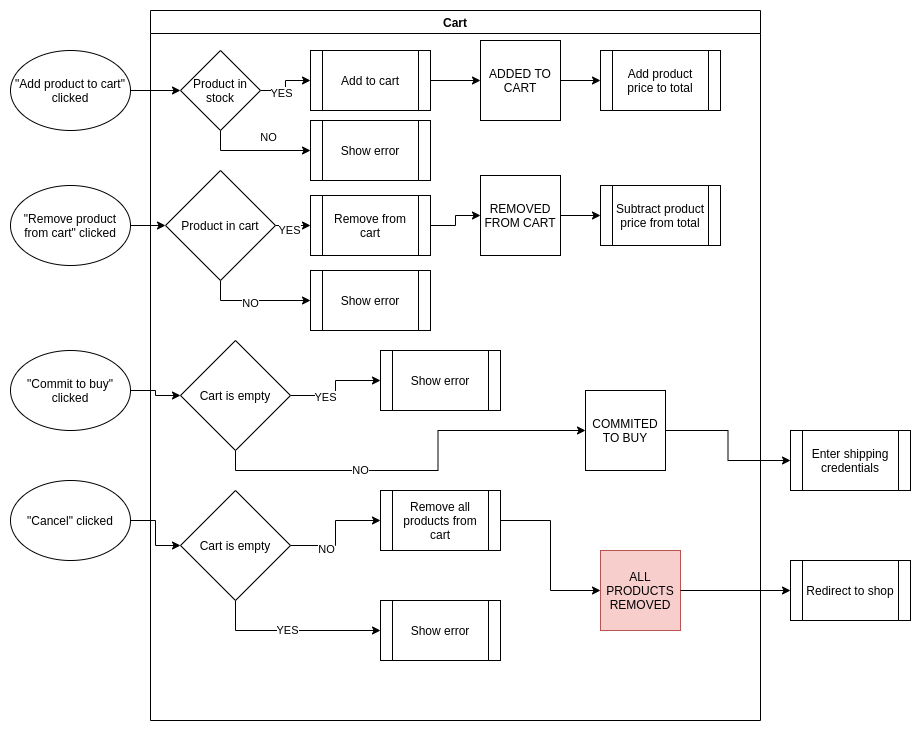
Earlier version of the draw.io export img/shopdomain-cart.png (tbuljevic/planning-projects). Source tidied: cells renumbered, new cells last; positions are measured from the earlier drawing's top-left corner, leaving out a move shared by most shapes.
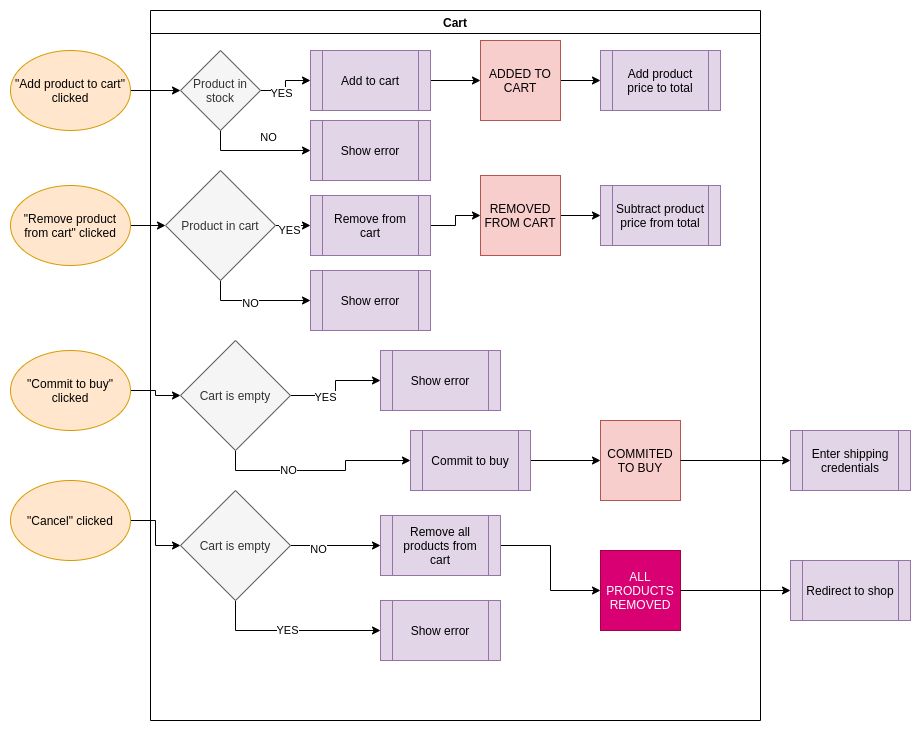
After the change.

Diff of the diagram source:
```diff
@@ -19,22 +19,22 @@
         <mxPoint y="-15" as="offset" />
       </mxGeometry>
     </mxCell>
-    <mxCell id="7" value="Product in stock" style="rhombus;whiteSpace=wrap;html=1;" parent="2" vertex="1">
+    <mxCell id="7" value="Product in stock" style="rhombus;whiteSpace=wrap;html=1;fillColor=#f5f5f5;strokeColor=#666666;fontColor=#333333;" parent="2" vertex="1">
       <mxGeometry x="30" y="40" width="80" height="80" as="geometry" />
     </mxCell>
     <mxCell id="8" style="edgeStyle=orthogonalEdgeStyle;rounded=0;jettySize=auto;html=1;exitX=1;exitY=0.5;exitDx=0;exitDy=0;entryX=0;entryY=0.5;entryDx=0;entryDy=0;" parent="2" edge="1" source="9" target="11">
       <mxGeometry relative="1" as="geometry" />
     </mxCell>
-    <mxCell id="9" value="Add to cart" style="shape=process;whiteSpace=wrap;html=1;backgroundOutline=1;" parent="2" vertex="1">
+    <mxCell id="9" value="Add to cart" style="shape=process;whiteSpace=wrap;html=1;backgroundOutline=1;fillColor=#e1d5e7;strokeColor=#9673a6;" parent="2" vertex="1">
       <mxGeometry x="160" y="40" width="120" height="60" as="geometry" />
     </mxCell>
     <mxCell id="10" style="edgeStyle=orthogonalEdgeStyle;rounded=0;jettySize=auto;html=1;exitX=1;exitY=0.5;exitDx=0;exitDy=0;entryX=0;entryY=0.5;entryDx=0;entryDy=0;" parent="2" edge="1" source="11" target="23">
       <mxGeometry relative="1" as="geometry" />
     </mxCell>
-    <mxCell id="11" value="ADDED TO CART" style="whiteSpace=wrap;html=1;" parent="2" vertex="1">
+    <mxCell id="11" value="ADDED TO CART" style="whiteSpace=wrap;html=1;fillColor=#f8cecc;strokeColor=#b85450;" parent="2" vertex="1">
       <mxGeometry x="330" y="30" width="80" height="80" as="geometry" />
     </mxCell>
-    <mxCell id="12" value="Show error" style="shape=process;whiteSpace=wrap;html=1;backgroundOutline=1;" parent="2" vertex="1">
+    <mxCell id="12" value="Show error" style="shape=process;whiteSpace=wrap;html=1;backgroundOutline=1;fillColor=#e1d5e7;strokeColor=#9673a6;" parent="2" vertex="1">
       <mxGeometry x="160" y="110" width="120" height="60" as="geometry" />
     </mxCell>
     <mxCell id="13" style="edgeStyle=orthogonalEdgeStyle;rounded=0;jettySize=auto;html=1;exitX=1;exitY=0.5;exitDx=0;exitDy=0;entryX=0;entryY=0.5;entryDx=0;entryDy=0;" parent="2" edge="1" source="17" target="19">
@@ -54,28 +54,28 @@
     <mxCell id="16" value="NO" style="edgeLabel;html=1;align=center;verticalAlign=middle;" parent="15" vertex="1">
       <mxGeometry x="-0.11" y="-2" relative="1" as="geometry" />
     </mxCell>
-    <mxCell id="17" value="Product in cart" style="rhombus;whiteSpace=wrap;html=1;" parent="2" vertex="1">
+    <mxCell id="17" value="Product in cart" style="rhombus;whiteSpace=wrap;html=1;fillColor=#f5f5f5;strokeColor=#666666;fontColor=#333333;" parent="2" vertex="1">
       <mxGeometry x="15" y="160" width="110" height="110" as="geometry" />
     </mxCell>
     <mxCell id="18" style="edgeStyle=orthogonalEdgeStyle;rounded=0;jettySize=auto;html=1;exitX=1;exitY=0.5;exitDx=0;exitDy=0;entryX=0;entryY=0.5;entryDx=0;entryDy=0;" parent="2" edge="1" source="19" target="22">
       <mxGeometry relative="1" as="geometry" />
     </mxCell>
-    <mxCell id="19" value="Remove from cart" style="shape=process;whiteSpace=wrap;html=1;backgroundOutline=1;" parent="2" vertex="1">
+    <mxCell id="19" value="Remove from cart" style="shape=process;whiteSpace=wrap;html=1;backgroundOutline=1;fillColor=#e1d5e7;strokeColor=#9673a6;" parent="2" vertex="1">
       <mxGeometry x="160" y="185" width="120" height="60" as="geometry" />
     </mxCell>
-    <mxCell id="20" value="Show error" style="shape=process;whiteSpace=wrap;html=1;backgroundOutline=1;" parent="2" vertex="1">
+    <mxCell id="20" value="Show error" style="shape=process;whiteSpace=wrap;html=1;backgroundOutline=1;fillColor=#e1d5e7;strokeColor=#9673a6;" parent="2" vertex="1">
       <mxGeometry x="160" y="260" width="120" height="60" as="geometry" />
     </mxCell>
     <mxCell id="21" style="edgeStyle=orthogonalEdgeStyle;rounded=0;jettySize=auto;html=1;exitX=1;exitY=0.5;exitDx=0;exitDy=0;entryX=0;entryY=0.5;entryDx=0;entryDy=0;" parent="2" edge="1" source="22" target="24">
       <mxGeometry relative="1" as="geometry" />
     </mxCell>
-    <mxCell id="22" value="REMOVED FROM CART" style="whiteSpace=wrap;html=1;" parent="2" vertex="1">
+    <mxCell id="22" value="REMOVED FROM CART" style="whiteSpace=wrap;html=1;fillColor=#f8cecc;strokeColor=#b85450;" parent="2" vertex="1">
       <mxGeometry x="330" y="165" width="80" height="80" as="geometry" />
     </mxCell>
-    <mxCell id="23" value="Add product price to total" style="shape=process;whiteSpace=wrap;html=1;backgroundOutline=1;" parent="2" vertex="1">
+    <mxCell id="23" value="Add product price to total" style="shape=process;whiteSpace=wrap;html=1;backgroundOutline=1;fillColor=#e1d5e7;strokeColor=#9673a6;" parent="2" vertex="1">
       <mxGeometry x="450" y="40" width="120" height="60" as="geometry" />
     </mxCell>
-    <mxCell id="24" value="Subtract product price from total" style="shape=process;whiteSpace=wrap;html=1;backgroundOutline=1;" parent="2" vertex="1">
+    <mxCell id="24" value="Subtract product price from total" style="shape=process;whiteSpace=wrap;html=1;backgroundOutline=1;fillColor=#e1d5e7;strokeColor=#9673a6;" parent="2" vertex="1">
       <mxGeometry x="450" y="175" width="120" height="60" as="geometry" />
     </mxCell>
     <mxCell id="25" style="edgeStyle=orthogonalEdgeStyle;rounded=0;jettySize=auto;html=1;exitX=1;exitY=0.5;exitDx=0;exitDy=0;entryX=0;entryY=0.5;entryDx=0;entryDy=0;" parent="2" edge="1" source="29" target="30">
@@ -84,20 +84,26 @@
     <mxCell id="26" value="YES" style="edgeLabel;html=1;align=center;verticalAlign=middle;" parent="25" vertex="1">
       <mxGeometry x="-0.35" y="-1" relative="1" as="geometry" />
     </mxCell>
-    <mxCell id="27" style="edgeStyle=orthogonalEdgeStyle;rounded=0;jettySize=auto;html=1;exitX=0.5;exitY=1;exitDx=0;exitDy=0;entryX=0;entryY=0.5;entryDx=0;entryDy=0;" parent="2" edge="1" source="29" target="31">
-      <mxGeometry relative="1" as="geometry" />
+    <mxCell id="27" style="edgeStyle=orthogonalEdgeStyle;rounded=0;jettySize=auto;html=1;exitX=0.5;exitY=1;exitDx=0;exitDy=0;entryX=0;entryY=0.5;entryDx=0;entryDy=0;" parent="2" edge="1" source="29" target="54">
+      <mxGeometry relative="1" as="geometry">
+        <Array as="points">
+          <mxPoint x="85" y="460" />
+          <mxPoint x="195" y="460" />
+          <mxPoint x="195" y="450" />
+        </Array>
+      </mxGeometry>
     </mxCell>
     <mxCell id="28" value="NO" style="edgeLabel;html=1;align=center;verticalAlign=middle;" parent="27" vertex="1">
       <mxGeometry x="-0.3" y="1" relative="1" as="geometry" />
     </mxCell>
-    <mxCell id="29" value="Cart is empty" style="rhombus;whiteSpace=wrap;html=1;" parent="2" vertex="1">
+    <mxCell id="29" value="Cart is empty" style="rhombus;whiteSpace=wrap;html=1;fillColor=#f5f5f5;strokeColor=#666666;fontColor=#333333;" parent="2" vertex="1">
       <mxGeometry x="30" y="330" width="110" height="110" as="geometry" />
     </mxCell>
-    <mxCell id="30" value="Show error" style="shape=process;whiteSpace=wrap;html=1;backgroundOutline=1;" parent="2" vertex="1">
+    <mxCell id="30" value="Show error" style="shape=process;whiteSpace=wrap;html=1;backgroundOutline=1;fillColor=#e1d5e7;strokeColor=#9673a6;" parent="2" vertex="1">
       <mxGeometry x="230" y="340" width="120" height="60" as="geometry" />
     </mxCell>
-    <mxCell id="31" value="COMMITED TO BUY" style="whiteSpace=wrap;html=1;" parent="2" vertex="1">
-      <mxGeometry x="435" y="380" width="80" height="80" as="geometry" />
+    <mxCell id="31" value="COMMITED TO BUY" style="whiteSpace=wrap;html=1;fillColor=#f8cecc;strokeColor=#b85450;" parent="2" vertex="1">
+      <mxGeometry x="450" y="410" width="80" height="80" as="geometry" />
     </mxCell>
     <mxCell id="32" style="edgeStyle=orthogonalEdgeStyle;rounded=0;jettySize=auto;html=1;exitX=1;exitY=0.5;exitDx=0;exitDy=0;entryX=0;entryY=0.5;entryDx=0;entryDy=0;" parent="2" edge="1" source="36" target="38">
       <mxGeometry relative="1" as="geometry" />
@@ -111,40 +117,46 @@
     <mxCell id="35" value="YES" style="edgeLabel;html=1;align=center;verticalAlign=middle;" parent="34" vertex="1">
       <mxGeometry x="-0.07" y="1" relative="1" as="geometry" />
     </mxCell>
-    <mxCell id="36" value="Cart is empty" style="rhombus;whiteSpace=wrap;html=1;" parent="2" vertex="1">
+    <mxCell id="36" value="Cart is empty" style="rhombus;whiteSpace=wrap;html=1;fillColor=#f5f5f5;strokeColor=#666666;fontColor=#333333;" parent="2" vertex="1">
       <mxGeometry x="30" y="480" width="110" height="110" as="geometry" />
     </mxCell>
     <mxCell id="37" style="edgeStyle=orthogonalEdgeStyle;rounded=0;jettySize=auto;html=1;exitX=1;exitY=0.5;exitDx=0;exitDy=0;" parent="2" edge="1" source="38" target="39">
       <mxGeometry relative="1" as="geometry" />
     </mxCell>
-    <mxCell id="38" value="Remove all products from cart" style="shape=process;whiteSpace=wrap;html=1;backgroundOutline=1;" parent="2" vertex="1">
-      <mxGeometry x="230" y="480" width="120" height="60" as="geometry" />
+    <mxCell id="38" value="Remove all products from cart" style="shape=process;whiteSpace=wrap;html=1;backgroundOutline=1;fillColor=#e1d5e7;strokeColor=#9673a6;" parent="2" vertex="1">
+      <mxGeometry x="230" y="505" width="120" height="60" as="geometry" />
     </mxCell>
-    <mxCell id="39" value="ALL PRODUCTS REMOVED" style="whiteSpace=wrap;html=1;fillColor=#f8cecc;strokeColor=#b85450;" parent="2" vertex="1">
+    <mxCell id="39" value="ALL PRODUCTS REMOVED" style="whiteSpace=wrap;html=1;fillColor=#d80073;strokeColor=#A50040;fontColor=#ffffff;" parent="2" vertex="1">
       <mxGeometry x="450" y="540" width="80" height="80" as="geometry" />
     </mxCell>
-    <mxCell id="40" value="Show error" style="shape=process;whiteSpace=wrap;html=1;backgroundOutline=1;" parent="2" vertex="1">
+    <mxCell id="40" value="Show error" style="shape=process;whiteSpace=wrap;html=1;backgroundOutline=1;fillColor=#e1d5e7;strokeColor=#9673a6;" parent="2" vertex="1">
       <mxGeometry x="230" y="590" width="120" height="60" as="geometry" />
     </mxCell>
+    <mxCell id="53" style="edgeStyle=orthogonalEdgeStyle;rounded=0;jettySize=auto;html=1;exitX=1;exitY=0.5;exitDx=0;exitDy=0;" parent="2" edge="1" source="54" target="31">
+      <mxGeometry relative="1" as="geometry" />
+    </mxCell>
+    <mxCell id="54" value="Commit to buy" style="shape=process;whiteSpace=wrap;html=1;backgroundOutline=1;fillColor=#e1d5e7;strokeColor=#9673a6;" parent="2" vertex="1">
+      <mxGeometry x="260" y="420" width="120" height="60" as="geometry" />
+    </mxCell>
     <mxCell id="41" style="edgeStyle=orthogonalEdgeStyle;rounded=0;jettySize=auto;html=1;entryX=0;entryY=0.5;entryDx=0;entryDy=0;" parent="1" edge="1" source="42" target="7">
       <mxGeometry relative="1" as="geometry" />
     </mxCell>
-    <mxCell id="42" value="&quot;Add product to cart&quot; clicked" style="ellipse;whiteSpace=wrap;html=1;" parent="1" vertex="1">
+    <mxCell id="42" value="&quot;Add product to cart&quot; clicked" style="ellipse;whiteSpace=wrap;html=1;fillColor=#ffe6cc;strokeColor=#d79b00;" parent="1" vertex="1">
       <mxGeometry y="40" width="120" height="80" as="geometry" />
     </mxCell>
     <mxCell id="43" style="edgeStyle=orthogonalEdgeStyle;rounded=0;jettySize=auto;html=1;exitX=1;exitY=0.5;exitDx=0;exitDy=0;" parent="1" edge="1" source="44" target="17">
       <mxGeometry relative="1" as="geometry" />
     </mxCell>
-    <mxCell id="44" value="&quot;Remove product from cart&quot; clicked" style="ellipse;whiteSpace=wrap;html=1;" parent="1" vertex="1">
+    <mxCell id="44" value="&quot;Remove product from cart&quot; clicked" style="ellipse;whiteSpace=wrap;html=1;fillColor=#ffe6cc;strokeColor=#d79b00;" parent="1" vertex="1">
       <mxGeometry y="175" width="120" height="80" as="geometry" />
     </mxCell>
     <mxCell id="45" style="edgeStyle=orthogonalEdgeStyle;rounded=0;jettySize=auto;html=1;exitX=1;exitY=0.5;exitDx=0;exitDy=0;entryX=0;entryY=0.5;entryDx=0;entryDy=0;" parent="1" edge="1" source="46" target="29">
       <mxGeometry relative="1" as="geometry" />
     </mxCell>
-    <mxCell id="46" value="&quot;Commit to buy&quot; clicked" style="ellipse;whiteSpace=wrap;html=1;" parent="1" vertex="1">
+    <mxCell id="46" value="&quot;Commit to buy&quot; clicked" style="ellipse;whiteSpace=wrap;html=1;fillColor=#ffe6cc;strokeColor=#d79b00;" parent="1" vertex="1">
       <mxGeometry y="340" width="120" height="80" as="geometry" />
     </mxCell>
-    <mxCell id="47" value="Enter shipping credentials" style="shape=process;whiteSpace=wrap;html=1;backgroundOutline=1;" parent="1" vertex="1">
+    <mxCell id="47" value="Enter shipping credentials" style="shape=process;whiteSpace=wrap;html=1;backgroundOutline=1;fillColor=#e1d5e7;strokeColor=#9673a6;" parent="1" vertex="1">
       <mxGeometry x="780" y="420" width="120" height="60" as="geometry" />
     </mxCell>
     <mxCell id="48" style="edgeStyle=orthogonalEdgeStyle;rounded=0;jettySize=auto;html=1;exitX=1;exitY=0.5;exitDx=0;exitDy=0;entryX=0;entryY=0.5;entryDx=0;entryDy=0;" parent="1" edge="1" source="31" target="47">
@@ -153,10 +165,10 @@
     <mxCell id="49" style="edgeStyle=orthogonalEdgeStyle;rounded=0;jettySize=auto;html=1;exitX=1;exitY=0.5;exitDx=0;exitDy=0;entryX=0;entryY=0.5;entryDx=0;entryDy=0;" parent="1" edge="1" source="50" target="36">
       <mxGeometry relative="1" as="geometry" />
     </mxCell>
-    <mxCell id="50" value="&quot;Cancel&quot; clicked" style="ellipse;whiteSpace=wrap;html=1;" parent="1" vertex="1">
+    <mxCell id="50" value="&quot;Cancel&quot; clicked" style="ellipse;whiteSpace=wrap;html=1;fillColor=#ffe6cc;strokeColor=#d79b00;" parent="1" vertex="1">
       <mxGeometry y="470" width="120" height="80" as="geometry" />
     </mxCell>
-    <mxCell id="51" value="Redirect to shop" style="shape=process;whiteSpace=wrap;html=1;backgroundOutline=1;" parent="1" vertex="1">
+    <mxCell id="51" value="Redirect to shop" style="shape=process;whiteSpace=wrap;html=1;backgroundOutline=1;fillColor=#e1d5e7;strokeColor=#9673a6;" parent="1" vertex="1">
       <mxGeometry x="780" y="550" width="120" height="60" as="geometry" />
     </mxCell>
     <mxCell id="52" style="edgeStyle=orthogonalEdgeStyle;rounded=0;jettySize=auto;html=1;exitX=1;exitY=0.5;exitDx=0;exitDy=0;" parent="1" edge="1" source="39" target="51">
```
